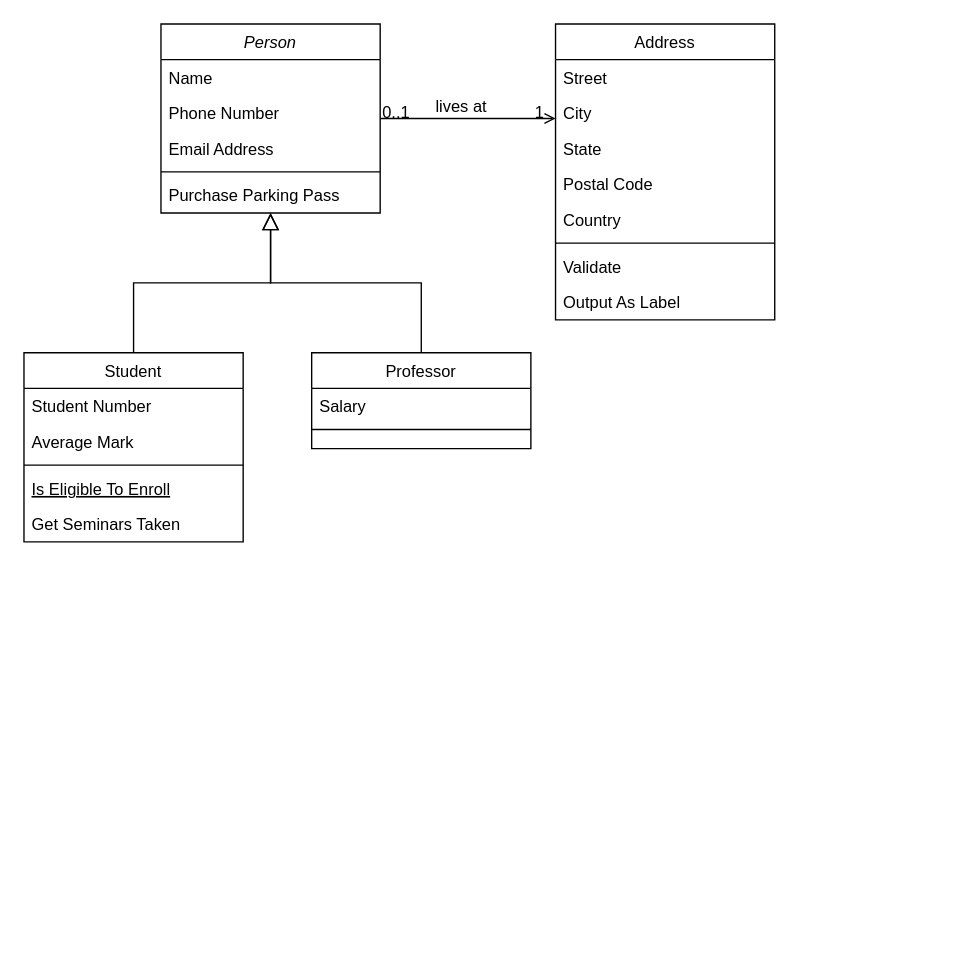
Linkerist/drawio keeps this draw.io diagram as reader.drawio. Above is the earlier version. Source tidied: cells renumbered, new cells numbered last; positions are measured from the earlier drawing's top-left corner, leaving out a move shared by most shapes. Both pictures are drawn from the tidied source at 137%, with x=0, y=0 at pixel (23, 23).
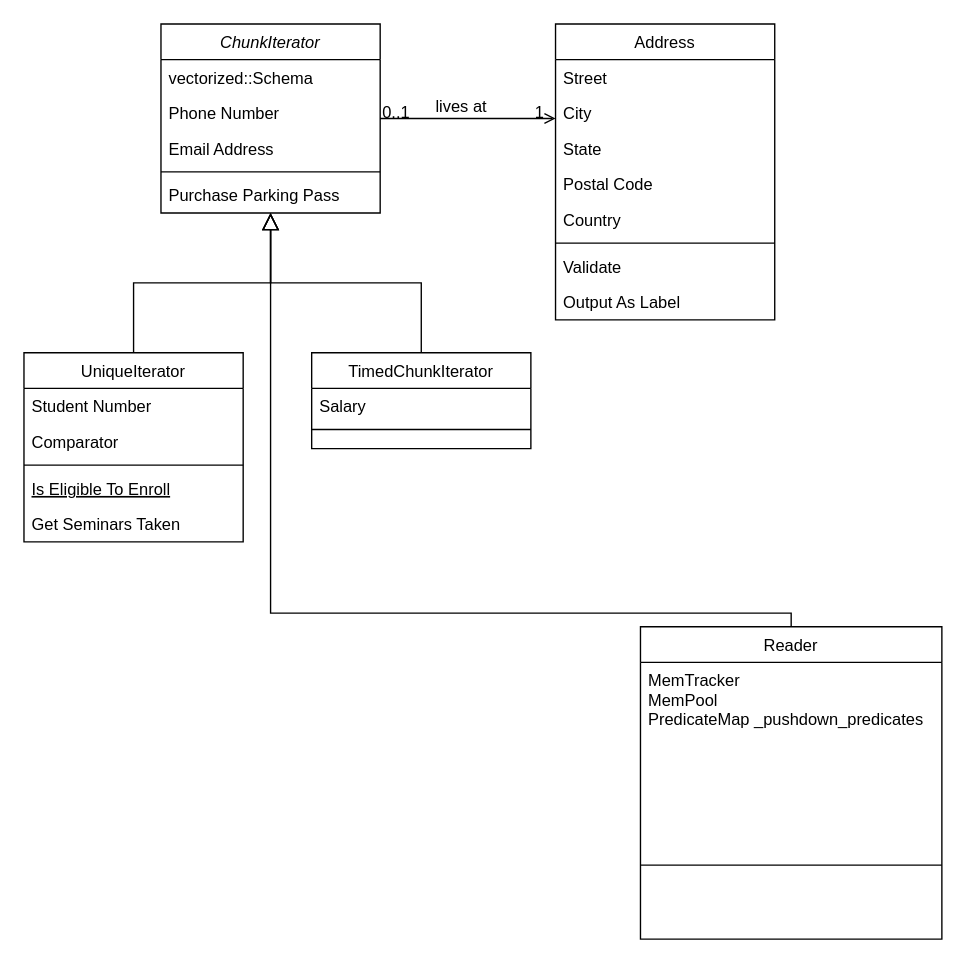
After the change.

The change refers to these unchanged cells:
```xml
<mxCell id="7" value="Purchase Parking Pass" style="text;align=left;verticalAlign=top;spacingLeft=4;spacingRight=4;overflow=hidden;points=[[0,0.5],[1,0.5]];portConstraint=eastwest;" parent="2" vertex="1">
  <mxGeometry y="112" width="160" height="26" as="geometry" />
</mxCell>
```

Diff of the diagram source:
```diff
@@
-    <mxCell id="2" value="Person" style="swimlane;fontStyle=2;align=center;verticalAlign=top;horizontal=1;startSize=26;rounded=0;shadow=0;strokeWidth=1;" parent="1" vertex="1">
+    <mxCell id="2" value="ChunkIterator" style="swimlane;fontStyle=2;align=center;verticalAlign=top;horizontal=1;startSize=26;rounded=0;shadow=0;strokeWidth=1;" parent="1" vertex="1">
       <mxGeometry x="100" width="160" height="138" as="geometry" />
     </mxCell>
-    <mxCell id="3" value="Name" style="text;align=left;verticalAlign=top;spacingLeft=4;spacingRight=4;overflow=hidden;" parent="2" vertex="1">
+    <mxCell id="3" value="vectorized::Schema" style="text;align=left;verticalAlign=top;spacingLeft=4;spacingRight=4;overflow=hidden;" parent="2" vertex="1">
       <mxGeometry y="26" width="160" height="26" as="geometry" />
     </mxCell>
@@
-    <mxCell id="8" value="Student" style="swimlane;fontStyle=0;align=center;verticalAlign=top;horizontal=1;startSize=26;rounded=0;shadow=0;strokeWidth=1;" parent="1" vertex="1">
+    <mxCell id="8" value="UniqueIterator" style="swimlane;fontStyle=0;align=center;verticalAlign=top;horizontal=1;startSize=26;rounded=0;shadow=0;strokeWidth=1;" parent="1" vertex="1">
       <mxGeometry y="240" width="160" height="138" as="geometry" />
     </mxCell>
@@
-    <mxCell id="10" value="Average Mark" style="text;align=left;verticalAlign=top;spacingLeft=4;spacingRight=4;overflow=hidden;rounded=0;shadow=0;html=0;" parent="8" vertex="1">
+    <mxCell id="10" value="Comparator" style="text;align=left;verticalAlign=top;spacingLeft=4;spacingRight=4;overflow=hidden;rounded=0;shadow=0;html=0;" parent="8" vertex="1">
       <mxGeometry y="52" width="160" height="26" as="geometry" />
     </mxCell>
@@
-    <mxCell id="15" value="Professor" style="swimlane;fontStyle=0;align=center;verticalAlign=top;horizontal=1;startSize=26;rounded=0;shadow=0;strokeWidth=1;" parent="1" vertex="1">
+    <mxCell id="15" value="TimedChunkIterator" style="swimlane;fontStyle=0;align=center;verticalAlign=top;horizontal=1;startSize=26;rounded=0;shadow=0;strokeWidth=1;" parent="1" vertex="1">
       <mxGeometry x="210" y="240" width="160" height="70" as="geometry" />
     </mxCell>
@@
+    <mxCell id="32" value="Reader" style="swimlane;fontStyle=0;align=center;verticalAlign=top;horizontal=1;startSize=26;rounded=0;shadow=0;strokeWidth=1;" parent="1" vertex="1">
+      <mxGeometry x="450" y="440" width="220" height="228" as="geometry" />
+    </mxCell>
+    <mxCell id="33" value="MemTracker&#10;MemPool&#10;PredicateMap _pushdown_predicates&#10;" style="text;align=left;verticalAlign=top;spacingLeft=4;spacingRight=4;overflow=hidden;" parent="32" vertex="1">
+      <mxGeometry y="26" width="220" height="144" as="geometry" />
+    </mxCell>
+    <mxCell id="34" style="line;html=1;strokeWidth=1;align=left;verticalAlign=middle;spacingTop=-1;spacingLeft=3;spacingRight=3;labelPosition=right;" parent="32" vertex="1">
+      <mxGeometry y="170" width="220" height="8" as="geometry" />
+    </mxCell>
+    <mxCell id="35" style="endArrow=block;endSize=10;endFill=0;shadow=0;strokeWidth=1;rounded=0;edgeStyle=elbowEdgeStyle;elbow=vertical;exitX=0.5;exitY=0;exitDx=0;exitDy=0;" parent="1" edge="1" source="32" target="7">
+      <mxGeometry relative="1" as="geometry">
+        <Array as="points">
+          <mxPoint x="580" y="430" />
+        </Array>
+      </mxGeometry>
+    </mxCell>
```
